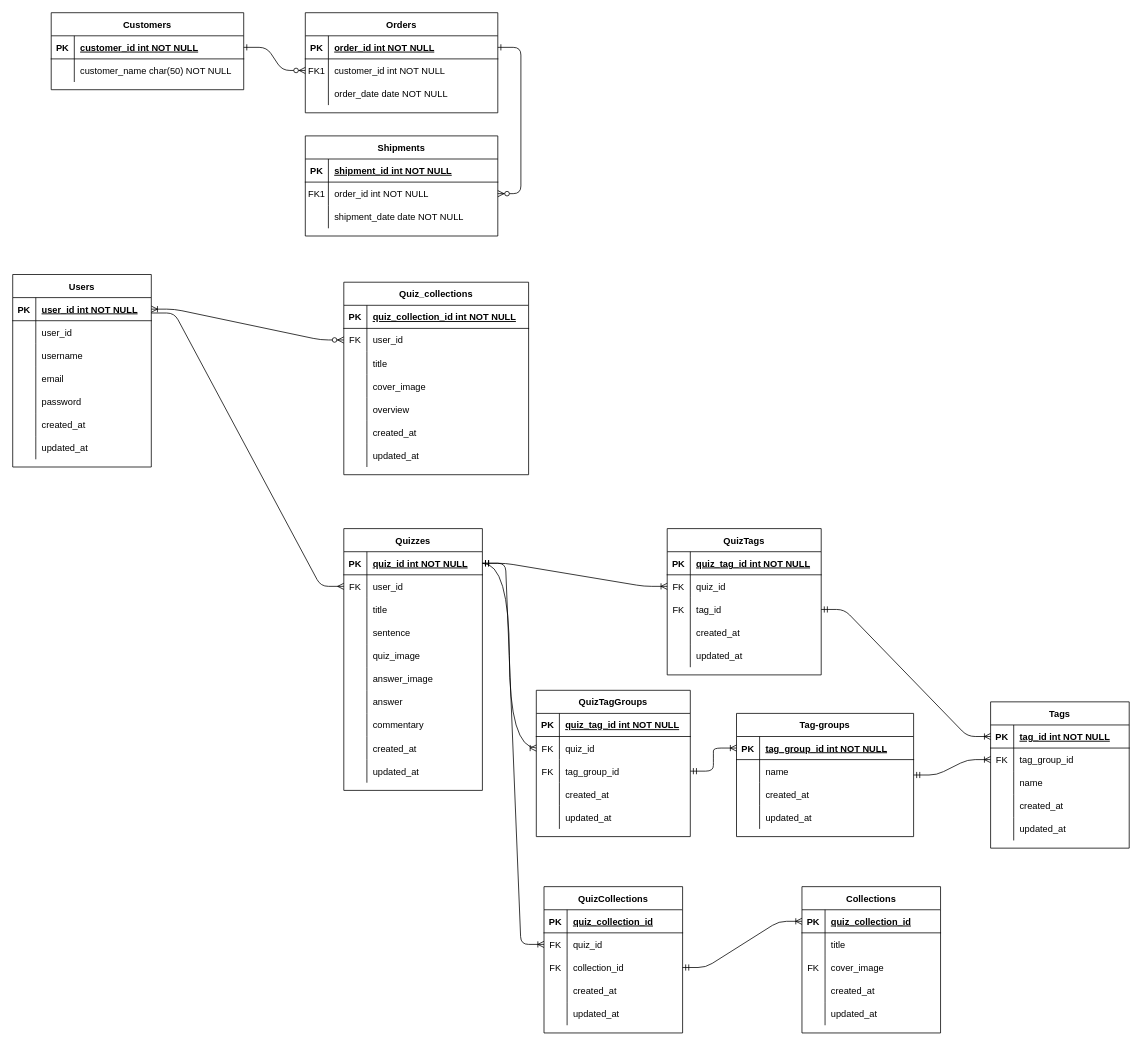
Above: 名称未設定ファイル.drawio in blue-drill/kurenai-dorill.github.io (draw.io), before the change. Source tidied: cells renumbered, new cells numbered last; positions are measured from the earlier drawing's top-left corner, leaving out a move shared by most shapes. Both pictures are drawn from the tidied source at 77%, with x=0, y=0 at pixel (12, 12).
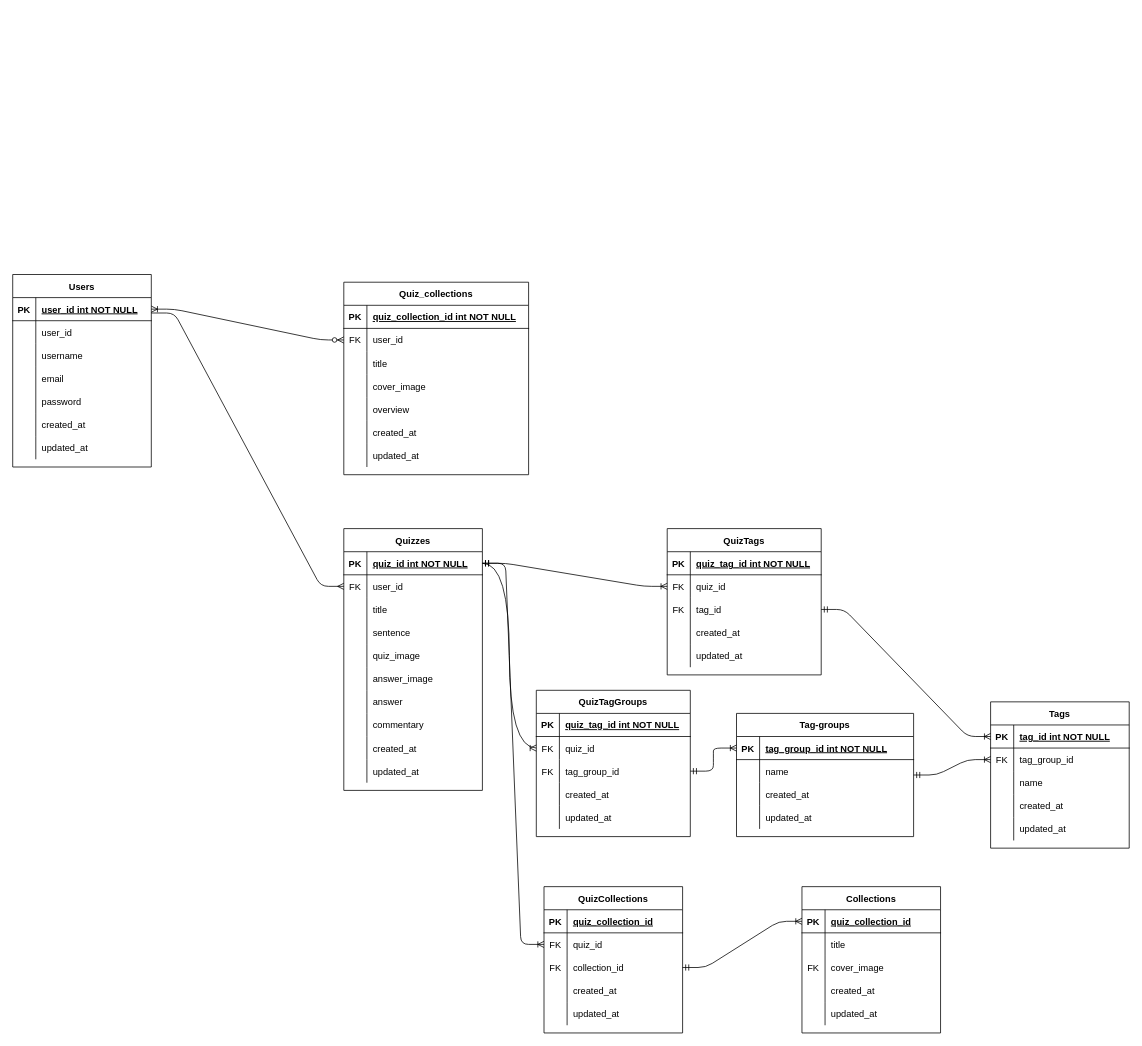
After the change.

Commit message:
名称未設定ファイル.drawio を更新します

What changed in the source:
```diff
@@
-    <mxCell id="2" style="edgeStyle=entityRelationEdgeStyle;endArrow=ERzeroToMany;startArrow=ERone;endFill=1;startFill=0;" parent="1" edge="1" source="25" target="8">
-      <mxGeometry relative="1" as="geometry" />
-    </mxCell>
-    <mxCell id="3" style="edgeStyle=entityRelationEdgeStyle;endArrow=ERzeroToMany;startArrow=ERone;endFill=1;startFill=0;" parent="1" edge="1" source="5" target="18">
-      <mxGeometry relative="1" as="geometry" />
-    </mxCell>
-    <mxCell id="4" value="Orders" style="shape=table;startSize=30;childLayout=tableLayout;rowLines=0;fontStyle=1;align=center;" parent="1" vertex="1">
-      <mxGeometry x="380" width="250" height="130" as="geometry" />
-    </mxCell>
-    <mxCell id="5" style="shape=partialRectangle;fillColor=none;points=[[0,0.5],[1,0.5]];portConstraint=eastwest;top=0;left=0;right=0;bottom=1;" parent="4" vertex="1">
-      <mxGeometry y="30" width="250" height="30" as="geometry" />
-    </mxCell>
-    <mxCell id="6" value="PK" style="shape=partialRectangle;overflow=hidden;fillColor=none;top=0;left=0;bottom=0;right=0;fontStyle=1;" parent="5" vertex="1">
-      <mxGeometry width="30" height="30" as="geometry" />
-    </mxCell>
-    <mxCell id="7" value="order_id int NOT NULL " style="shape=partialRectangle;overflow=hidden;fillColor=none;top=0;left=0;bottom=0;right=0;align=left;spacingLeft=6;fontStyle=5;" parent="5" vertex="1">
-      <mxGeometry x="30" width="220" height="30" as="geometry" />
-    </mxCell>
-    <mxCell id="8" style="shape=partialRectangle;fillColor=none;points=[[0,0.5],[1,0.5]];portConstraint=eastwest;top=0;left=0;right=0;bottom=0;" parent="4" vertex="1">
-      <mxGeometry y="60" width="250" height="30" as="geometry" />
-    </mxCell>
-    <mxCell id="9" value="FK1" style="shape=partialRectangle;overflow=hidden;fillColor=none;top=0;left=0;bottom=0;right=0;" parent="8" vertex="1">
-      <mxGeometry width="30" height="30" as="geometry" />
-    </mxCell>
-    <mxCell id="10" value="customer_id int NOT NULL" style="shape=partialRectangle;overflow=hidden;fillColor=none;top=0;left=0;bottom=0;right=0;align=left;spacingLeft=6;" parent="8" vertex="1">
-      <mxGeometry x="30" width="220" height="30" as="geometry" />
-    </mxCell>
-    <mxCell id="11" style="shape=partialRectangle;fillColor=none;top=0;left=0;right=0;bottom=0;" parent="4" vertex="1">
-      <mxGeometry y="90" width="250" height="30" as="geometry" />
-    </mxCell>
-    <mxCell id="12" style="shape=partialRectangle;overflow=hidden;fillColor=none;top=0;left=0;bottom=0;right=0;" parent="11" vertex="1">
-      <mxGeometry width="30" height="30" as="geometry" />
-    </mxCell>
-    <mxCell id="13" value="order_date date NOT NULL" style="shape=partialRectangle;overflow=hidden;fillColor=none;top=0;left=0;bottom=0;right=0;align=left;spacingLeft=6;" parent="11" vertex="1">
-      <mxGeometry x="30" width="220" height="30" as="geometry" />
-    </mxCell>
-    <mxCell id="14" value="Shipments" style="shape=table;startSize=30;childLayout=tableLayout;rowLines=0;fontStyle=1;align=center;" parent="1" vertex="1">
-      <mxGeometry x="380" y="160" width="250" height="130" as="geometry" />
-    </mxCell>
-    <mxCell id="15" style="shape=partialRectangle;fillColor=none;top=0;left=0;right=0;bottom=1;" parent="14" vertex="1">
-      <mxGeometry y="30" width="250" height="30" as="geometry" />
-    </mxCell>
-    <mxCell id="16" value="PK" style="shape=partialRectangle;overflow=hidden;fillColor=none;top=0;left=0;bottom=0;right=0;fontStyle=1;" parent="15" vertex="1">
-      <mxGeometry width="30" height="30" as="geometry" />
-    </mxCell>
-    <mxCell id="17" value="shipment_id int NOT NULL " style="shape=partialRectangle;overflow=hidden;fillColor=none;top=0;left=0;bottom=0;right=0;align=left;spacingLeft=6;fontStyle=5;" parent="15" vertex="1">
-      <mxGeometry x="30" width="220" height="30" as="geometry" />
-    </mxCell>
-    <mxCell id="18" style="shape=partialRectangle;fillColor=none;points=[[0,0.5],[1,0.5]];portConstraint=eastwest;top=0;left=0;right=0;bottom=0;" parent="14" vertex="1">
-      <mxGeometry y="60" width="250" height="30" as="geometry" />
-    </mxCell>
-    <mxCell id="19" value="FK1" style="shape=partialRectangle;overflow=hidden;fillColor=none;top=0;left=0;bottom=0;right=0;" parent="18" vertex="1">
-      <mxGeometry width="30" height="30" as="geometry" />
-    </mxCell>
-    <mxCell id="20" value="order_id int NOT NULL" style="shape=partialRectangle;overflow=hidden;fillColor=none;top=0;left=0;bottom=0;right=0;align=left;spacingLeft=6;" parent="18" vertex="1">
-      <mxGeometry x="30" width="220" height="30" as="geometry" />
-    </mxCell>
-    <mxCell id="21" style="shape=partialRectangle;fillColor=none;top=0;left=0;right=0;bottom=0;" parent="14" vertex="1">
-      <mxGeometry y="90" width="250" height="30" as="geometry" />
-    </mxCell>
-    <mxCell id="22" style="shape=partialRectangle;overflow=hidden;fillColor=none;top=0;left=0;bottom=0;right=0;" parent="21" vertex="1">
-      <mxGeometry width="30" height="30" as="geometry" />
-    </mxCell>
-    <mxCell id="23" value="shipment_date date NOT NULL" style="shape=partialRectangle;overflow=hidden;fillColor=none;top=0;left=0;bottom=0;right=0;align=left;spacingLeft=6;" parent="21" vertex="1">
-      <mxGeometry x="30" width="220" height="30" as="geometry" />
-    </mxCell>
-    <mxCell id="24" value="Customers" style="shape=table;startSize=30;childLayout=tableLayout;rowLines=0;fontStyle=1;align=center;" parent="1" vertex="1">
-      <mxGeometry x="50" width="250" height="100" as="geometry" />
-    </mxCell>
-    <mxCell id="25" style="shape=partialRectangle;fillColor=none;points=[[0,0.5],[1,0.5]];portConstraint=eastwest;top=0;left=0;right=0;bottom=1;" parent="24" vertex="1">
-      <mxGeometry y="30" width="250" height="30" as="geometry" />
-    </mxCell>
-    <mxCell id="26" value="PK" style="shape=partialRectangle;overflow=hidden;fillColor=none;top=0;left=0;bottom=0;right=0;fontStyle=1;" parent="25" vertex="1">
-      <mxGeometry width="30" height="30" as="geometry" />
-    </mxCell>
-    <mxCell id="27" value="customer_id int NOT NULL " style="shape=partialRectangle;overflow=hidden;fillColor=none;top=0;left=0;bottom=0;right=0;align=left;spacingLeft=6;fontStyle=5;" parent="25" vertex="1">
-      <mxGeometry x="30" width="220" height="30" as="geometry" />
-    </mxCell>
-    <mxCell id="28" style="shape=partialRectangle;fillColor=none;top=0;left=0;right=0;bottom=0;" parent="24" vertex="1">
-      <mxGeometry y="60" width="250" height="30" as="geometry" />
-    </mxCell>
-    <mxCell id="29" style="shape=partialRectangle;overflow=hidden;fillColor=none;top=0;left=0;bottom=0;right=0;" parent="28" vertex="1">
-      <mxGeometry width="30" height="30" as="geometry" />
-    </mxCell>
-    <mxCell id="30" value="customer_name char(50) NOT NULL" style="shape=partialRectangle;overflow=hidden;fillColor=none;top=0;left=0;bottom=0;right=0;align=left;spacingLeft=6;" parent="28" vertex="1">
-      <mxGeometry x="30" width="220" height="30" as="geometry" />
-    </mxCell>
```
